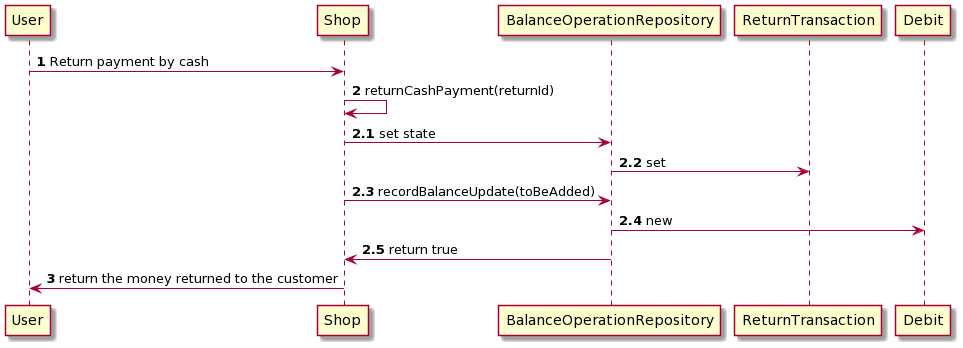
The PlantUML diagram Deliverables/Images/design/10.2.png in setareA/ezshop, before a commit. Its diagram source:
```plantuml
@startuml
User-> Shop: <b>1</b> Return payment by cash
Shop -> Shop: <b>2</b> returnCashPayment(returnId)
Shop -> BalanceOperationRepository : <b>2.1</b> set state
BalanceOperationRepository -> ReturnTransaction: <b>2.2</b> set
Shop -> BalanceOperationRepository : <b>2.3</b> recordBalanceUpdate(toBeAdded)
BalanceOperationRepository -> Debit: <b>2.4</b> new
BalanceOperationRepository -> Shop : <b>2.5</b> return true
Shop -> User: <b>3</b> return the money returned to the customer
@enduml
```
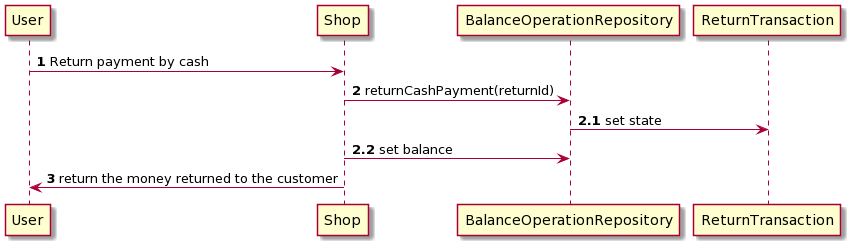
The same diagram one commit later.

Change to the diagram source:
```diff
@@ -1,10 +1,7 @@
 @startuml
 User-> Shop: <b>1</b> Return payment by cash
-Shop -> Shop: <b>2</b> returnCashPayment(returnId)
-Shop -> BalanceOperationRepository : <b>2.1</b> set state
-BalanceOperationRepository -> ReturnTransaction: <b>2.2</b> set
-Shop -> BalanceOperationRepository : <b>2.3</b> recordBalanceUpdate(toBeAdded)
-BalanceOperationRepository -> Debit: <b>2.4</b> new
-BalanceOperationRepository -> Shop : <b>2.5</b> return true
+Shop -> BalanceOperationRepository : <b>2</b> returnCashPayment(returnId)
+BalanceOperationRepository -> ReturnTransaction: <b>2.1</b> set state
+Shop -> BalanceOperationRepository : <b>2.2</b> set balance
 Shop -> User: <b>3</b> return the money returned to the customer
 @enduml
```
